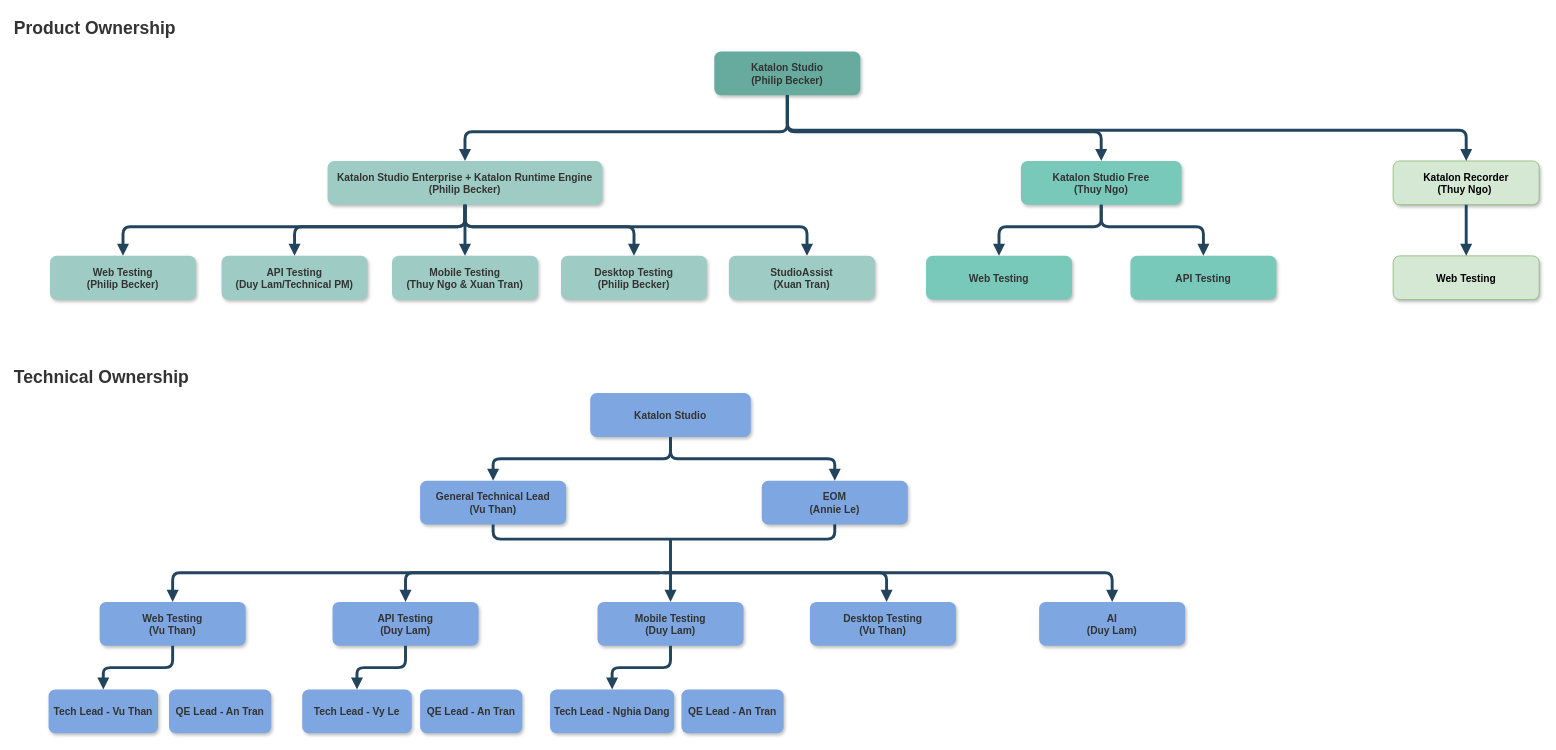
Before: Studio Workstream.drawio in nhpthuy/chart, a draw.io diagram. Source tidied: cells renumbered, new cells numbered last; positions are measured from the earlier drawing's top-left corner, leaving out a move shared by most shapes. Both pictures are drawn from the tidied source at 73%, with x=0, y=0 at pixel (12, 12).
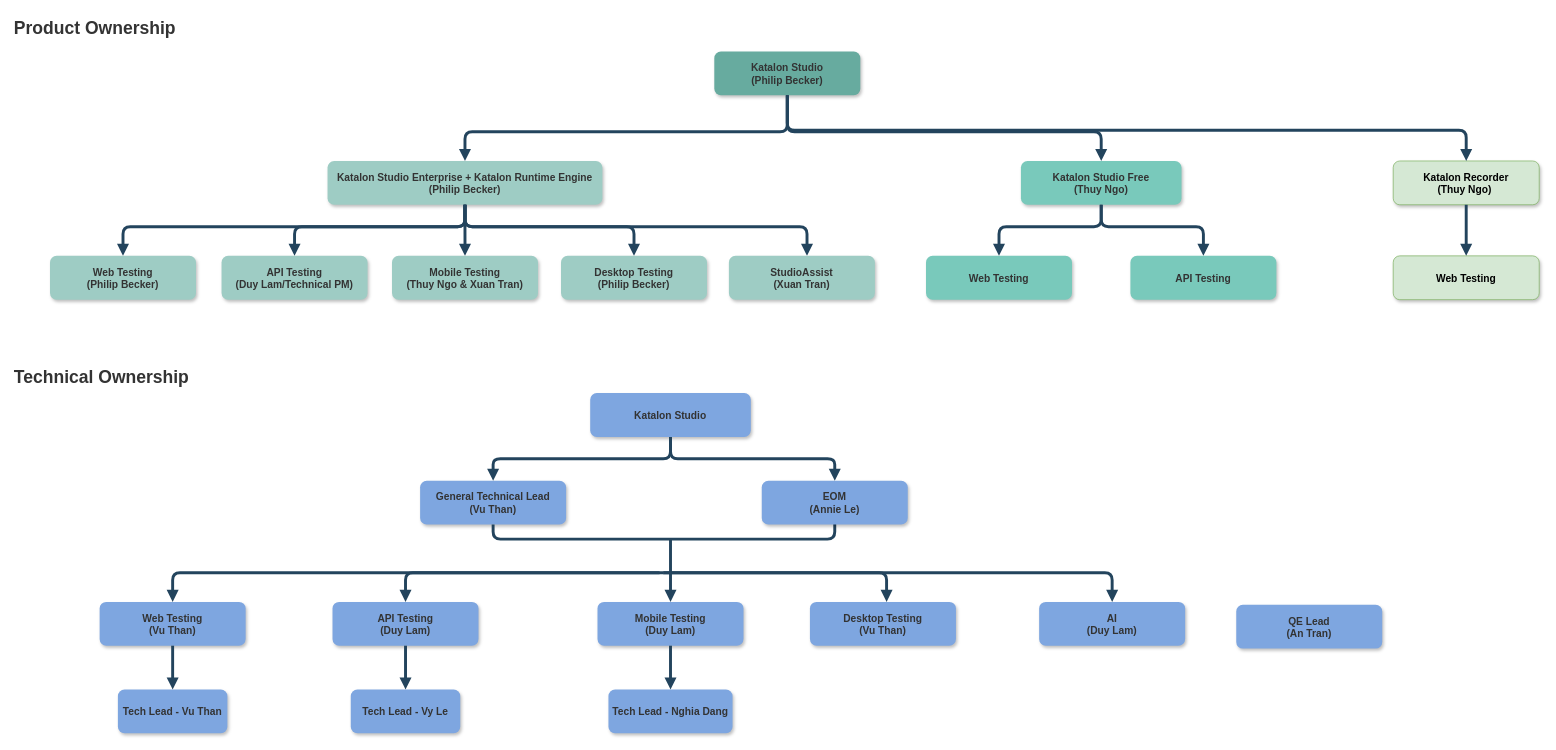
The same diagram, later.

Change to the diagram source:
```diff
@@
     <mxCell id="28" value="Tech Lead - Vu Than" style="rounded=1;fillColor=#7EA6E0;strokeColor=none;shadow=1;gradientColor=none;fontStyle=1;fontColor=#333333;fontSize=14;" parent="1" vertex="1">
-      <mxGeometry x="49" y="927" width="150" height="60" as="geometry" />
+      <mxGeometry x="144" y="927" width="150" height="60" as="geometry" />
     </mxCell>
@@
-    <mxCell id="30" value="QE Lead - An Tran" style="rounded=1;fillColor=#7EA6E0;strokeColor=none;shadow=1;gradientColor=none;fontStyle=1;fontColor=#333333;fontSize=14;" parent="1" vertex="1">
-      <mxGeometry x="214" y="927" width="140" height="60" as="geometry" />
-    </mxCell>
     <mxCell id="31" value="Tech Lead - Vy Le" style="rounded=1;fillColor=#7EA6E0;strokeColor=none;shadow=1;gradientColor=none;fontStyle=1;fontColor=#333333;fontSize=14;" parent="1" vertex="1">
-      <mxGeometry x="396.5" y="927" width="150" height="60" as="geometry" />
+      <mxGeometry x="463" y="927" width="150" height="60" as="geometry" />
     </mxCell>
-    <mxCell id="32" value="QE Lead - An Tran" style="rounded=1;fillColor=#7EA6E0;strokeColor=none;shadow=1;gradientColor=none;fontStyle=1;fontColor=#333333;fontSize=14;" parent="1" vertex="1">
-      <mxGeometry x="558" y="927" width="140" height="60" as="geometry" />
-    </mxCell>
     <mxCell id="33" value="Tech Lead - Nghia Dang" style="rounded=1;fillColor=#7EA6E0;strokeColor=none;shadow=1;gradientColor=none;fontStyle=1;fontColor=#333333;fontSize=14;" parent="1" vertex="1">
-      <mxGeometry x="736" y="927" width="170" height="60" as="geometry" />
+      <mxGeometry x="816" y="927" width="170" height="60" as="geometry" />
     </mxCell>
-    <mxCell id="34" value="QE Lead - An Tran" style="rounded=1;fillColor=#7EA6E0;strokeColor=none;shadow=1;gradientColor=none;fontStyle=1;fontColor=#333333;fontSize=14;" parent="1" vertex="1">
-      <mxGeometry x="916" y="927" width="140" height="60" as="geometry" />
-    </mxCell>
@@
+    <mxCell id="52" value="QE Lead&#10;(An Tran)" style="rounded=1;fillColor=#7EA6E0;strokeColor=none;shadow=1;gradientColor=none;fontStyle=1;fontColor=#333333;fontSize=14;" parent="1" vertex="1">
+      <mxGeometry x="1676" y="811" width="200" height="60" as="geometry" />
+    </mxCell>
```
